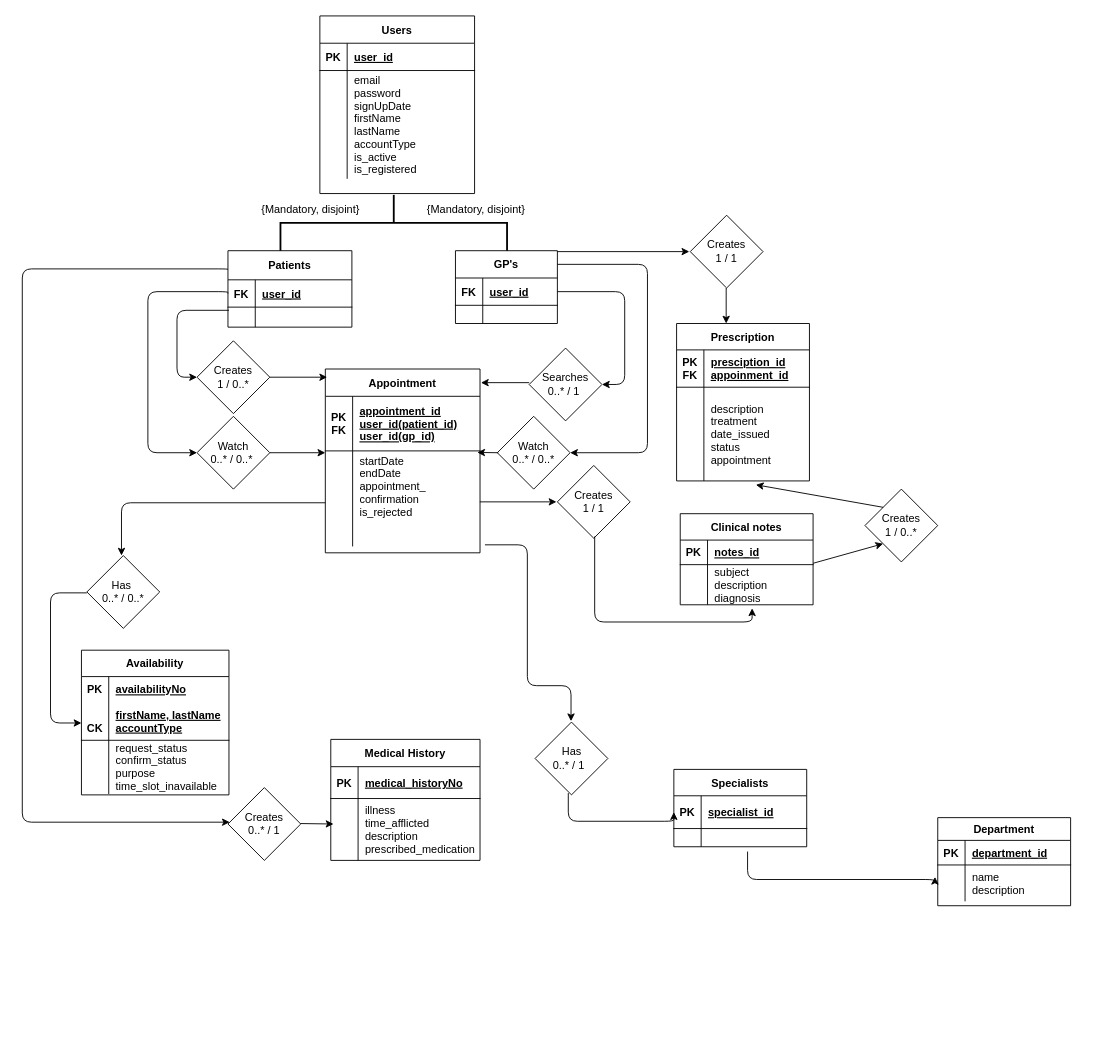
Before: project_planning/ehealthproject_ERD.drawio in shaundbs/programming-cw, a draw.io diagram. Source tidied: cells renumbered, new cells numbered last; positions are measured from the earlier drawing's top-left corner, leaving out a move shared by most shapes. Both pictures are drawn from the tidied source at 91%, with x=0, y=0 at pixel (22, 15).
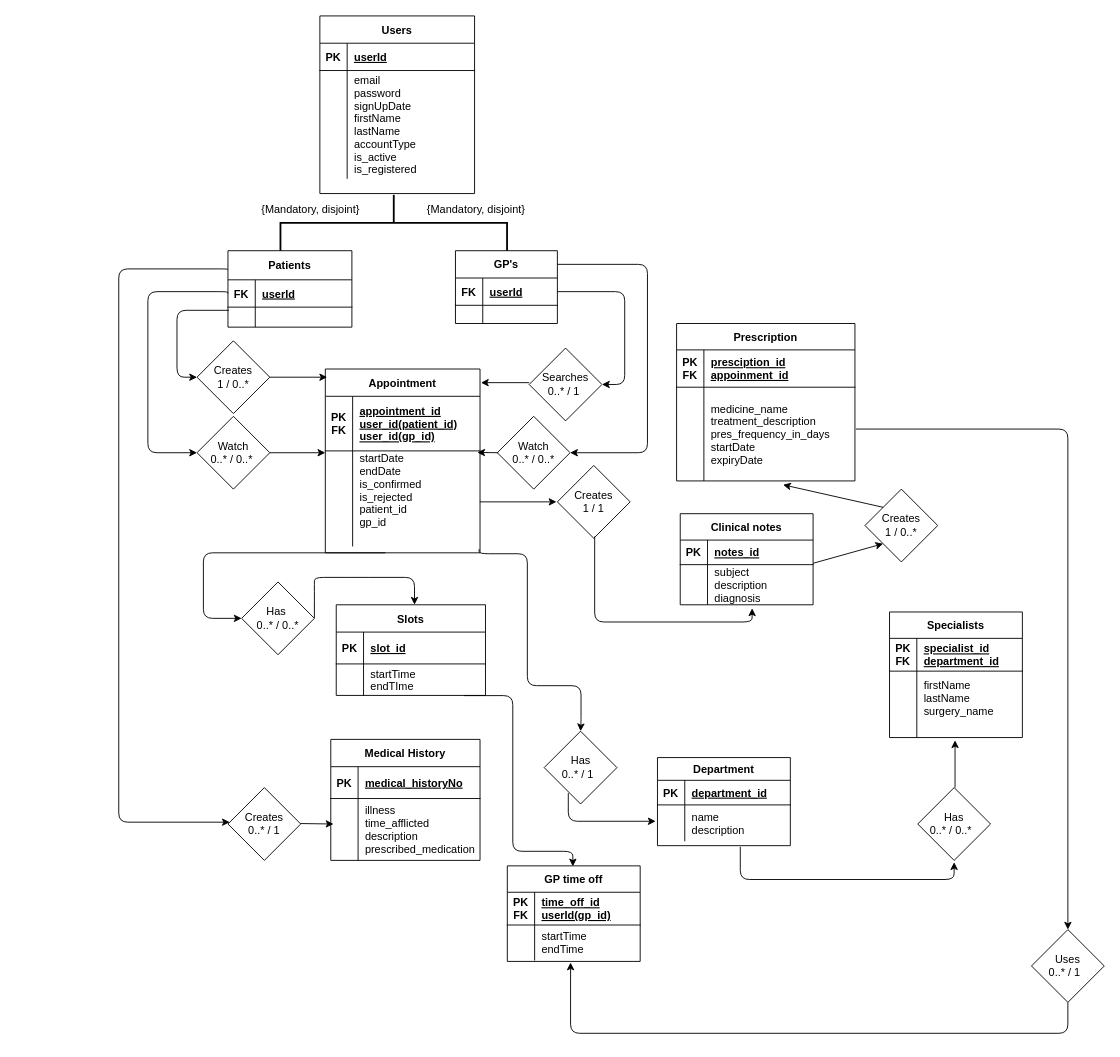
Above is the later version.

Unchanged cells that the change refers to:
```xml
<mxCell id="14" style="shape=partialRectangle;fillColor=none;points=[[0,0.5],[1,0.5]];portConstraint=eastwest;top=0;left=0;right=0;bottom=0;" parent="10" vertex="1">
  <mxGeometry y="90" width="170" height="105" as="geometry" />
</mxCell>
<mxCell id="17" value="Creates&lt;br&gt;0..* / 1" style="rhombus;whiteSpace=wrap;html=1;" parent="1" vertex="1">
  <mxGeometry x="226" y="848" width="80" height="80" as="geometry" />
</mxCell>
<mxCell id="27" style="shape=partialRectangle;fillColor=none;top=0;left=0;bottom=0;right=0;points=[[0,0.5],[1,0.5]];portConstraint=eastwest;" parent="23" vertex="1">
  <mxGeometry y="52" width="146" height="40" as="geometry" />
</mxCell>
<mxCell id="31" style="shape=partialRectangle;fillColor=none;top=0;left=0;right=0;bottom=1;" parent="30" vertex="1">
  <mxGeometry y="30" width="170" height="30" as="geometry" />
</mxCell>
<mxCell id="37" value="Patients" style="shape=table;startSize=32;childLayout=tableLayout;rowLines=0;fontStyle=1;align=center;" parent="1" vertex="1">
  <mxGeometry x="226" y="258" width="136.2" height="84" as="geometry" />
</mxCell>
<mxCell id="38" style="shape=partialRectangle;fillColor=none;points=[[0,0.5],[1,0.5]];portConstraint=eastwest;top=0;left=0;right=0;bottom=1;" parent="37" vertex="1">
  <mxGeometry y="32" width="136.2" height="30" as="geometry" />
</mxCell>
<mxCell id="45" style="shape=partialRectangle;fillColor=none;points=[[0,0.5],[1,0.5]];portConstraint=eastwest;top=0;left=0;right=0;bottom=1;" parent="44" vertex="1">
  <mxGeometry y="30" width="112" height="30" as="geometry" />
</mxCell>
<mxCell id="100" style="shape=partialRectangle;fillColor=none;top=0;left=0;bottom=1;right=0;points=[[0,0.5],[1,0.5]];portConstraint=eastwest;" parent="99" vertex="1">
  <mxGeometry y="29" width="146" height="36" as="geometry" />
</mxCell>
```

What changed in the source:
```diff
@@
     <mxCell id="2" style="edgeStyle=orthogonalEdgeStyle;rounded=1;jettySize=auto;html=1;exitX=0;exitY=0.25;exitDx=0;exitDy=0;" parent="1" edge="1" source="37" target="17">
       <mxGeometry relative="1" as="geometry">
         <Array as="points">
           <mxPoint x="226" y="278" />
-          <mxPoint y="278" />
-          <mxPoint y="886" />
+          <mxPoint x="106" y="278" />
+          <mxPoint x="106" y="886" />
         </Array>
       </mxGeometry>
     </mxCell>
@@
-    <mxCell id="16" value="startDate&#10;endDate&#10;appointment_&#10;confirmation&#10;is_rejected&#10;&#10;" style="shape=partialRectangle;overflow=hidden;fillColor=none;top=0;left=0;bottom=0;right=0;align=left;spacingLeft=6;" parent="14" vertex="1">
+    <mxCell id="16" value="startDate&#10;endDate&#10;is_confirmed&#10;is_rejected&#10;patient_id&#10;gp_id&#10;&#10;" style="shape=partialRectangle;overflow=hidden;fillColor=none;top=0;left=0;bottom=0;right=0;align=left;spacingLeft=6;" parent="14" vertex="1">
       <mxGeometry x="30" width="140" height="105" as="geometry" />
     </mxCell>
@@
     <mxCell id="23" value="Department" style="shape=table;startSize=25;childLayout=tableLayout;rowLines=0;fontStyle=1;align=center;" parent="1" vertex="1">
-      <mxGeometry x="1006" y="881" width="146" height="96.8" as="geometry" />
+      <mxGeometry x="698" y="815" width="146" height="96.8" as="geometry" />
     </mxCell>
@@
-    <mxCell id="33" value="user_id" style="shape=partialRectangle;overflow=hidden;fillColor=none;top=0;left=0;bottom=0;right=0;align=left;spacingLeft=6;fontStyle=5;" parent="31" vertex="1">
+    <mxCell id="33" value="userId" style="shape=partialRectangle;overflow=hidden;fillColor=none;top=0;left=0;bottom=0;right=0;align=left;spacingLeft=6;fontStyle=5;" parent="31" vertex="1">
       <mxGeometry x="30" width="140" height="30" as="geometry" />
     </mxCell>
@@
-    <mxCell id="40" value="user_id" style="shape=partialRectangle;overflow=hidden;fillColor=none;top=0;left=0;bottom=0;right=0;align=left;spacingLeft=6;fontStyle=5;" parent="38" vertex="1">
+    <mxCell id="40" value="userId" style="shape=partialRectangle;overflow=hidden;fillColor=none;top=0;left=0;bottom=0;right=0;align=left;spacingLeft=6;fontStyle=5;" parent="38" vertex="1">
       <mxGeometry x="30" width="106.2" height="30" as="geometry" />
     </mxCell>
@@
-    <mxCell id="47" value="user_id" style="shape=partialRectangle;overflow=hidden;fillColor=none;top=0;left=0;bottom=0;right=0;align=left;spacingLeft=6;fontStyle=5;" parent="45" vertex="1">
+    <mxCell id="47" value="userId" style="shape=partialRectangle;overflow=hidden;fillColor=none;top=0;left=0;bottom=0;right=0;align=left;spacingLeft=6;fontStyle=5;" parent="45" vertex="1">
       <mxGeometry x="30" width="82" height="30" as="geometry" />
     </mxCell>
@@
     <mxCell id="62" value="Prescription" style="shape=table;startSize=29;childLayout=tableLayout;rowLines=0;fontStyle=1;align=center;" parent="1" vertex="1">
-      <mxGeometry x="719" y="338" width="146" height="173" as="geometry" />
+      <mxGeometry x="719" y="338" width="196" height="173" as="geometry" />
     </mxCell>
     <mxCell id="63" style="shape=partialRectangle;fillColor=none;top=0;left=0;bottom=1;right=0;" parent="62" vertex="1">
-      <mxGeometry y="29" width="146" height="41" as="geometry" />
+      <mxGeometry y="29" width="196" height="41" as="geometry" />
     </mxCell>
@@
     <mxCell id="65" value="presciption_id&#10;appoinment_id" style="shape=partialRectangle;fillColor=none;top=0;left=0;bottom=0;right=0;align=left;spacingLeft=6;fontStyle=5;overflow=hidden;" parent="63" vertex="1">
-      <mxGeometry x="30" width="116" height="41" as="geometry" />
+      <mxGeometry x="30" width="166" height="41" as="geometry" />
     </mxCell>
     <mxCell id="66" style="shape=partialRectangle;fillColor=none;top=0;left=0;bottom=0;right=0;points=[[0,0.5],[1,0.5]];portConstraint=eastwest;" parent="62" vertex="1">
-      <mxGeometry y="70" width="146" height="103" as="geometry" />
+      <mxGeometry y="70" width="196" height="103" as="geometry" />
     </mxCell>
@@
-    <mxCell id="68" value="description&#10;treatment&#10;date_issued&#10;status&#10;appointment" style="shape=partialRectangle;fillColor=none;top=0;left=0;bottom=0;right=0;align=left;spacingLeft=6;overflow=hidden;" parent="66" vertex="1">
-      <mxGeometry x="30" width="116" height="103" as="geometry" />
+    <mxCell id="68" value="medicine_name&#10;treatment_description&#10;pres_frequency_in_days&#10;startDate&#10;expiryDate" style="shape=partialRectangle;fillColor=none;top=0;left=0;bottom=0;right=0;align=left;spacingLeft=6;overflow=hidden;" parent="66" vertex="1">
+      <mxGeometry x="30" width="166" height="103" as="geometry" />
     </mxCell>
-    <mxCell id="69" value="Creates &lt;br&gt;1 / 1" style="rhombus;whiteSpace=wrap;html=1;" parent="1" vertex="1">
-      <mxGeometry x="734" y="219" width="80" height="80" as="geometry" />
-    </mxCell>
-    <mxCell id="70" style="endArrow=classic;html=1;" parent="1" edge="1">
-      <mxGeometry relative="1" as="geometry">
-        <mxPoint x="588" y="259" as="sourcePoint" />
-        <mxPoint x="733" y="259" as="targetPoint" />
-      </mxGeometry>
-    </mxCell>
-    <mxCell id="71" style="endArrow=classic;html=1;" parent="1" edge="1">
-      <mxGeometry relative="1" as="geometry">
-        <mxPoint x="773.5" y="299" as="sourcePoint" />
-        <mxPoint x="773.5" y="338" as="targetPoint" />
-      </mxGeometry>
-    </mxCell>
@@
-    <mxCell id="85" style="edgeStyle=orthogonalEdgeStyle;rounded=1;orthogonalLoop=1;jettySize=auto;html=1;exitX=0;exitY=0.5;exitDx=0;exitDy=0;" parent="1" edge="1">
-      <mxGeometry relative="1" as="geometry">
-        <mxPoint x="333" y="535" as="sourcePoint" />
-        <mxPoint x="109" y="593" as="targetPoint" />
-        <Array as="points">
-          <mxPoint x="109" y="535" />
-          <mxPoint x="109" y="593" />
-        </Array>
-      </mxGeometry>
-    </mxCell>
-    <mxCell id="86" value="Has&amp;nbsp;&lt;br&gt;0..* / 0..*" style="rhombus;whiteSpace=wrap;html=1;direction=south;" parent="1" vertex="1">
-      <mxGeometry x="71" y="593" width="80" height="80" as="geometry" />
-    </mxCell>
-    <mxCell id="87" value="Availability" style="shape=table;startSize=29;childLayout=tableLayout;rowLines=0;fontStyle=1;align=center;" parent="1" vertex="1">
-      <mxGeometry x="65" y="697" width="162.1" height="159" as="geometry" />
-    </mxCell>
-    <mxCell id="88" style="shape=partialRectangle;fillColor=none;top=0;left=0;bottom=1;right=0;" parent="87" vertex="1">
-      <mxGeometry y="29" width="162.1" height="70" as="geometry" />
-    </mxCell>
-    <mxCell id="89" value="PK&#10;&#10;&#10;CK" style="shape=partialRectangle;fillColor=none;top=0;left=0;bottom=0;right=0;fontStyle=1;overflow=hidden;" parent="88" vertex="1">
-      <mxGeometry width="30" height="70" as="geometry" />
-    </mxCell>
-    <mxCell id="90" value="availabilityNo&#10;&#10;firstName, lastName&#10;accountType" style="shape=partialRectangle;fillColor=none;top=0;left=0;bottom=0;right=0;align=left;spacingLeft=6;fontStyle=5;overflow=hidden;" parent="88" vertex="1">
-      <mxGeometry x="30" width="132.1" height="70" as="geometry" />
-    </mxCell>
-    <mxCell id="91" style="shape=partialRectangle;fillColor=none;top=0;left=0;bottom=0;right=0;" parent="87" vertex="1">
-      <mxGeometry y="99" width="162.1" height="59" as="geometry" />
-    </mxCell>
-    <mxCell id="92" style="shape=partialRectangle;fillColor=none;top=0;left=0;bottom=0;right=0;overflow=hidden;" parent="91" vertex="1">
-      <mxGeometry width="30" height="59" as="geometry" />
-    </mxCell>
-    <mxCell id="93" value="request_status  &#10;confirm_status&#10;purpose&#10;time_slot_inavailable&#10;" style="shape=partialRectangle;fillColor=none;top=0;left=0;bottom=0;right=0;align=left;spacingLeft=6;overflow=hidden;" parent="91" vertex="1">
-      <mxGeometry x="30" width="132.1" height="59" as="geometry" />
-    </mxCell>
-    <mxCell id="94" style="edgeStyle=orthogonalEdgeStyle;rounded=1;orthogonalLoop=1;jettySize=auto;html=1;exitX=0;exitY=0.5;exitDx=0;exitDy=0;" parent="1" edge="1">
-      <mxGeometry relative="1" as="geometry">
-        <mxPoint x="71" y="634" as="sourcePoint" />
-        <mxPoint x="65" y="777" as="targetPoint" />
-        <Array as="points">
-          <mxPoint x="31" y="634" />
-          <mxPoint x="31" y="777" />
-        </Array>
-      </mxGeometry>
-    </mxCell>
     <mxCell id="95" style="shape=partialRectangle;overflow=hidden;fillColor=none;top=0;left=0;bottom=0;right=0;align=left;spacingLeft=6;" parent="1" vertex="1">
-      <mxGeometry x="252" y="319" width="113" height="31" as="geometry" />
+      <mxGeometry x="252" y="316" width="113" height="34" as="geometry" />
     </mxCell>
@@
-    <mxCell id="97" value="Has&lt;br&gt;0..* / 1 &amp;nbsp;" style="rhombus;whiteSpace=wrap;html=1;" parent="1" vertex="1">
-      <mxGeometry x="563.5" y="776" width="80" height="80" as="geometry" />
+    <mxCell id="97" value="Has&lt;br&gt;0..* / 0..*&amp;nbsp;&amp;nbsp;" style="rhombus;whiteSpace=wrap;html=1;" parent="1" vertex="1">
+      <mxGeometry x="984" y="848" width="80" height="80" as="geometry" />
     </mxCell>
-    <mxCell id="98" style="edgeStyle=orthogonalEdgeStyle;rounded=1;jettySize=auto;html=1;exitX=1.032;exitY=0.983;exitDx=0;exitDy=0;exitPerimeter=0;" parent="1" edge="1" source="14">
+    <mxCell id="98" style="edgeStyle=orthogonalEdgeStyle;rounded=1;jettySize=auto;html=1;entryX=0.5;entryY=0;entryDx=0;entryDy=0;" parent="1" edge="1" target="128">
       <mxGeometry relative="1" as="geometry">
-        <mxPoint x="603" y="775" as="targetPoint" />
+        <mxPoint x="502" y="586" as="sourcePoint" />
         <Array as="points">
-          <mxPoint x="555" y="581" />
+          <mxPoint x="502" y="591" />
+          <mxPoint x="555" y="591" />
           <mxPoint x="555" y="736" />
-          <mxPoint x="603" y="736" />
+          <mxPoint x="614" y="736" />
+          <mxPoint x="614" y="775" />
         </Array>
       </mxGeometry>
     </mxCell>
     <mxCell id="99" value="Specialists" style="shape=table;startSize=29;childLayout=tableLayout;rowLines=0;fontStyle=1;align=center;" parent="1" vertex="1">
-      <mxGeometry x="716" y="828" width="146" height="85" as="geometry" />
+      <mxGeometry x="953" y="655" width="146" height="138" as="geometry" />
     </mxCell>
@@
-    <mxCell id="101" value="PK" style="shape=partialRectangle;fillColor=none;top=0;left=0;bottom=0;right=0;fontStyle=1;overflow=hidden;" parent="100" vertex="1">
+    <mxCell id="101" value="PK&#10;FK" style="shape=partialRectangle;fillColor=none;top=0;left=0;bottom=0;right=0;fontStyle=1;overflow=hidden;" parent="100" vertex="1">
       <mxGeometry width="30" height="36" as="geometry" />
     </mxCell>
-    <mxCell id="102" value="specialist_id" style="shape=partialRectangle;fillColor=none;top=0;left=0;bottom=0;right=0;align=left;spacingLeft=6;fontStyle=5;overflow=hidden;" parent="100" vertex="1">
+    <mxCell id="102" value="specialist_id&#10;department_id" style="shape=partialRectangle;fillColor=none;top=0;left=0;bottom=0;right=0;align=left;spacingLeft=6;fontStyle=5;overflow=hidden;" parent="100" vertex="1">
       <mxGeometry x="30" width="116" height="36" as="geometry" />
     </mxCell>
     <mxCell id="103" style="shape=partialRectangle;fillColor=none;top=0;left=0;bottom=0;right=0;" parent="99" vertex="1">
-      <mxGeometry y="65" width="146" height="20" as="geometry" />
+      <mxGeometry y="65" width="146" height="73" as="geometry" />
     </mxCell>
     <mxCell id="104" style="shape=partialRectangle;fillColor=none;top=0;left=0;bottom=0;right=0;overflow=hidden;" parent="103" vertex="1">
-      <mxGeometry width="30" height="20" as="geometry" />
+      <mxGeometry width="30" height="73" as="geometry" />
     </mxCell>
-    <mxCell id="105" style="shape=partialRectangle;fillColor=none;top=0;left=0;bottom=0;right=0;align=left;spacingLeft=6;overflow=hidden;" parent="103" vertex="1">
-      <mxGeometry x="30" width="116" height="20" as="geometry" />
+    <mxCell id="105" value="firstName&#10;lastName&#10;surgery_name&#10;" style="shape=partialRectangle;fillColor=none;top=0;left=0;bottom=0;right=0;align=left;spacingLeft=6;overflow=hidden;" parent="103" vertex="1">
+      <mxGeometry x="30" width="116" height="73" as="geometry" />
     </mxCell>
-    <mxCell id="106" style="edgeStyle=orthogonalEdgeStyle;rounded=1;jettySize=auto;html=1;entryX=0;entryY=0.5;entryDx=0;entryDy=0;" parent="1" edge="1" target="100">
+    <mxCell id="106" style="edgeStyle=orthogonalEdgeStyle;rounded=1;orthogonalLoop=1;jettySize=auto;html=1;" parent="1" edge="1">
       <mxGeometry relative="1" as="geometry">
         <mxPoint x="600" y="854" as="sourcePoint" />
+        <mxPoint x="696" y="885" as="targetPoint" />
         <Array as="points">
           <mxPoint x="600" y="885" />
         </Array>
       </mxGeometry>
     </mxCell>
-    <mxCell id="107" style="edgeStyle=orthogonalEdgeStyle;rounded=1;jettySize=auto;html=1;entryX=-0.021;entryY=0.328;entryDx=0;entryDy=0;entryPerimeter=0;" parent="1" edge="1" target="27">
+    <mxCell id="107" style="edgeStyle=orthogonalEdgeStyle;rounded=1;orthogonalLoop=1;jettySize=auto;html=1;" parent="1" edge="1">
       <mxGeometry relative="1" as="geometry">
-        <mxPoint x="797" y="918.3" as="sourcePoint" />
+        <mxPoint x="789" y="913" as="sourcePoint" />
+        <mxPoint x="1024" y="930" as="targetPoint" />
         <Array as="points">
-          <mxPoint x="797" y="949" />
-          <mxPoint x="1003" y="949" />
+          <mxPoint x="789" y="949" />
+          <mxPoint x="1024" y="949" />
         </Array>
       </mxGeometry>
     </mxCell>
+    <mxCell id="108" style="edgeStyle=orthogonalEdgeStyle;rounded=1;jettySize=auto;html=1;exitX=1.032;exitY=0.983;exitDx=0;exitDy=0;exitPerimeter=0;entryX=0.5;entryY=1;entryDx=0;entryDy=0;" parent="1" edge="1" target="86">
+      <mxGeometry relative="1" as="geometry">
+        <mxPoint x="399" y="590" as="sourcePoint" />
+        <Array as="points">
+          <mxPoint x="199" y="590" />
+          <mxPoint x="199" y="662" />
+        </Array>
+      </mxGeometry>
+    </mxCell>
+    <mxCell id="86" value="Has&amp;nbsp;&lt;br&gt;0..* / 0..*" style="rhombus;whiteSpace=wrap;html=1;direction=south;" parent="1" vertex="1">
+      <mxGeometry x="241" y="622" width="80" height="80" as="geometry" />
+    </mxCell>
+    <mxCell id="109" style="endArrow=classic;html=1;exitX=1;exitY=0.5;exitDx=0;exitDy=0;" parent="1" edge="1">
+      <mxGeometry relative="1" as="geometry">
+        <mxPoint x="321" y="661.5" as="sourcePoint" />
+        <mxPoint x="431" y="647" as="targetPoint" />
+        <Array as="points">
+          <mxPoint x="321" y="632" />
+          <mxPoint x="321" y="617" />
+          <mxPoint x="370" y="617" />
+          <mxPoint x="431" y="617" />
+        </Array>
+      </mxGeometry>
+    </mxCell>
+    <mxCell id="110" value="Slots" style="shape=table;startSize=30;childLayout=tableLayout;rowLines=0;fontStyle=1;align=center;" parent="1" vertex="1">
+      <mxGeometry x="345" y="647.1" width="164" height="99.6" as="geometry" />
+    </mxCell>
+    <mxCell id="111" style="shape=partialRectangle;fillColor=none;top=0;left=0;right=0;bottom=1;" parent="110" vertex="1">
+      <mxGeometry y="30" width="164" height="35" as="geometry" />
+    </mxCell>
+    <mxCell id="112" value="PK" style="shape=partialRectangle;overflow=hidden;fillColor=none;top=0;left=0;bottom=0;right=0;fontStyle=1;" parent="111" vertex="1">
+      <mxGeometry width="30" height="35" as="geometry" />
+    </mxCell>
+    <mxCell id="113" value="slot_id" style="shape=partialRectangle;overflow=hidden;fillColor=none;top=0;left=0;bottom=0;right=0;align=left;spacingLeft=6;fontStyle=5;" parent="111" vertex="1">
+      <mxGeometry x="30" width="134" height="35" as="geometry" />
+    </mxCell>
+    <mxCell id="114" style="shape=partialRectangle;fillColor=none;points=[[0,0.5],[1,0.5]];portConstraint=eastwest;top=0;left=0;right=0;bottom=0;" parent="110" vertex="1">
+      <mxGeometry y="65" width="164" height="35" as="geometry" />
+    </mxCell>
+    <mxCell id="115" style="shape=partialRectangle;overflow=hidden;fillColor=none;top=0;left=0;bottom=0;right=0;" parent="114" vertex="1">
+      <mxGeometry width="30" height="35" as="geometry" />
+    </mxCell>
+    <mxCell id="116" value="startTime&#10;endTIme" style="shape=partialRectangle;overflow=hidden;fillColor=none;top=0;left=0;bottom=0;right=0;align=left;spacingLeft=6;" parent="114" vertex="1">
+      <mxGeometry x="30" width="134" height="35" as="geometry" />
+    </mxCell>
+    <mxCell id="117" style="edgeStyle=orthogonalEdgeStyle;rounded=1;jettySize=auto;html=1;exitX=0.854;exitY=0.995;exitDx=0;exitDy=0;exitPerimeter=0;" parent="1" edge="1" source="114">
+      <mxGeometry relative="1" as="geometry">
+        <mxPoint x="605" y="934.6" as="targetPoint" />
+        <Array as="points">
+          <mxPoint x="539" y="747" />
+          <mxPoint x="539" y="918" />
+          <mxPoint x="605" y="918" />
+        </Array>
+      </mxGeometry>
+    </mxCell>
+    <mxCell id="118" value="GP time off" style="shape=table;startSize=29;childLayout=tableLayout;rowLines=0;fontStyle=1;align=center;" parent="1" vertex="1">
+      <mxGeometry x="533" y="934" width="146" height="105" as="geometry" />
+    </mxCell>
+    <mxCell id="119" style="shape=partialRectangle;fillColor=none;top=0;left=0;bottom=1;right=0;" parent="118" vertex="1">
+      <mxGeometry y="29" width="146" height="36" as="geometry" />
+    </mxCell>
+    <mxCell id="120" value="PK&#10;FK" style="shape=partialRectangle;fillColor=none;top=0;left=0;bottom=0;right=0;fontStyle=1;overflow=hidden;" parent="119" vertex="1">
+      <mxGeometry width="30" height="36" as="geometry" />
+    </mxCell>
+    <mxCell id="121" value="time_off_id&#10;userId(gp_id)" style="shape=partialRectangle;fillColor=none;top=0;left=0;bottom=0;right=0;align=left;spacingLeft=6;fontStyle=5;overflow=hidden;" parent="119" vertex="1">
+      <mxGeometry x="30" width="116" height="36" as="geometry" />
+    </mxCell>
+    <mxCell id="122" style="shape=partialRectangle;fillColor=none;top=0;left=0;bottom=0;right=0;points=[[0,0.5],[1,0.5]];portConstraint=eastwest;" parent="118" vertex="1">
+      <mxGeometry y="65" width="146" height="39" as="geometry" />
+    </mxCell>
+    <mxCell id="123" style="shape=partialRectangle;fillColor=none;top=0;left=0;bottom=0;right=0;overflow=hidden;" parent="122" vertex="1">
+      <mxGeometry width="30" height="39" as="geometry" />
+    </mxCell>
+    <mxCell id="124" value="startTime&#10;endTime" style="shape=partialRectangle;fillColor=none;top=0;left=0;bottom=0;right=0;align=left;spacingLeft=6;overflow=hidden;" parent="122" vertex="1">
+      <mxGeometry x="30" width="116" height="39" as="geometry" />
+    </mxCell>
+    <mxCell id="125" style="edgeStyle=orthogonalEdgeStyle;rounded=1;jettySize=auto;html=1;entryX=0.5;entryY=0;entryDx=0;entryDy=0;" parent="1" edge="1" target="126">
+      <mxGeometry relative="1" as="geometry">
+        <mxPoint x="916" y="454" as="sourcePoint" />
+        <Array as="points">
+          <mxPoint x="1149" y="454" />
+          <mxPoint x="1149" y="999" />
+        </Array>
+      </mxGeometry>
+    </mxCell>
+    <mxCell id="126" value="Uses&lt;br&gt;0..* / 1 &amp;nbsp;" style="rhombus;whiteSpace=wrap;html=1;" parent="1" vertex="1">
+      <mxGeometry x="1109" y="1004" width="80" height="80" as="geometry" />
+    </mxCell>
+    <mxCell id="127" style="edgeStyle=orthogonalEdgeStyle;rounded=1;jettySize=auto;html=1;exitX=0.5;exitY=1;exitDx=0;exitDy=0;entryX=0.476;entryY=1.057;entryDx=0;entryDy=0;entryPerimeter=0;" parent="1" edge="1" source="126" target="122">
+      <mxGeometry relative="1" as="geometry">
+        <Array as="points">
+          <mxPoint x="1149" y="1118" />
+          <mxPoint x="603" y="1118" />
+        </Array>
+      </mxGeometry>
+    </mxCell>
+    <mxCell id="128" value="Has&lt;br&gt;0..* / 1 &amp;nbsp;" style="rhombus;whiteSpace=wrap;html=1;" parent="1" vertex="1">
+      <mxGeometry x="573.5" y="786" width="80" height="80" as="geometry" />
+    </mxCell>
+    <mxCell id="129" style="endArrow=classic;html=1;exitX=0;exitY=0;exitDx=0;exitDy=0;" parent="1" edge="1">
+      <mxGeometry relative="1" as="geometry">
+        <mxPoint x="1025" y="848" as="sourcePoint" />
+        <mxPoint x="1025" y="796" as="targetPoint" />
+      </mxGeometry>
+    </mxCell>
```
